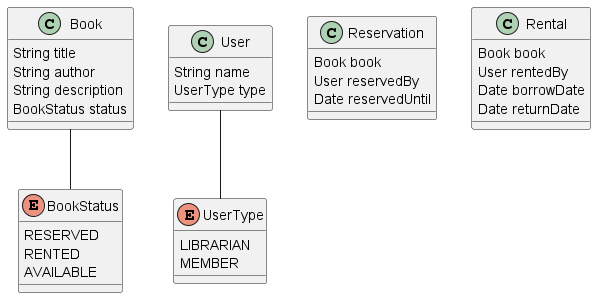
The PlantUML diagram puml/classDiagram.png in Crytastic/library-management-system, before a commit.
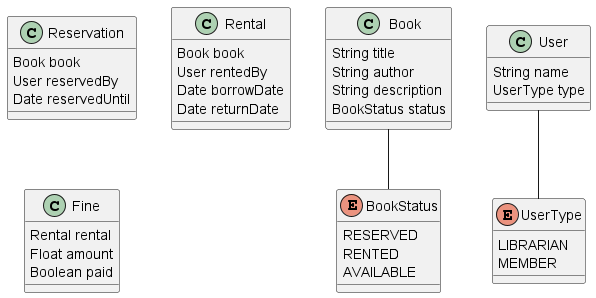
After the commit.

Commit message:
Add Fine DTO inside class diagram

What changed in the source:
```diff
@@ -25,6 +25,12 @@
 Date returnDate
 }
 
+class Fine {
+Rental rental
+Float amount
+Boolean paid
+}
+
 enum UserType {
 LIBRARIAN
 MEMBER
```
